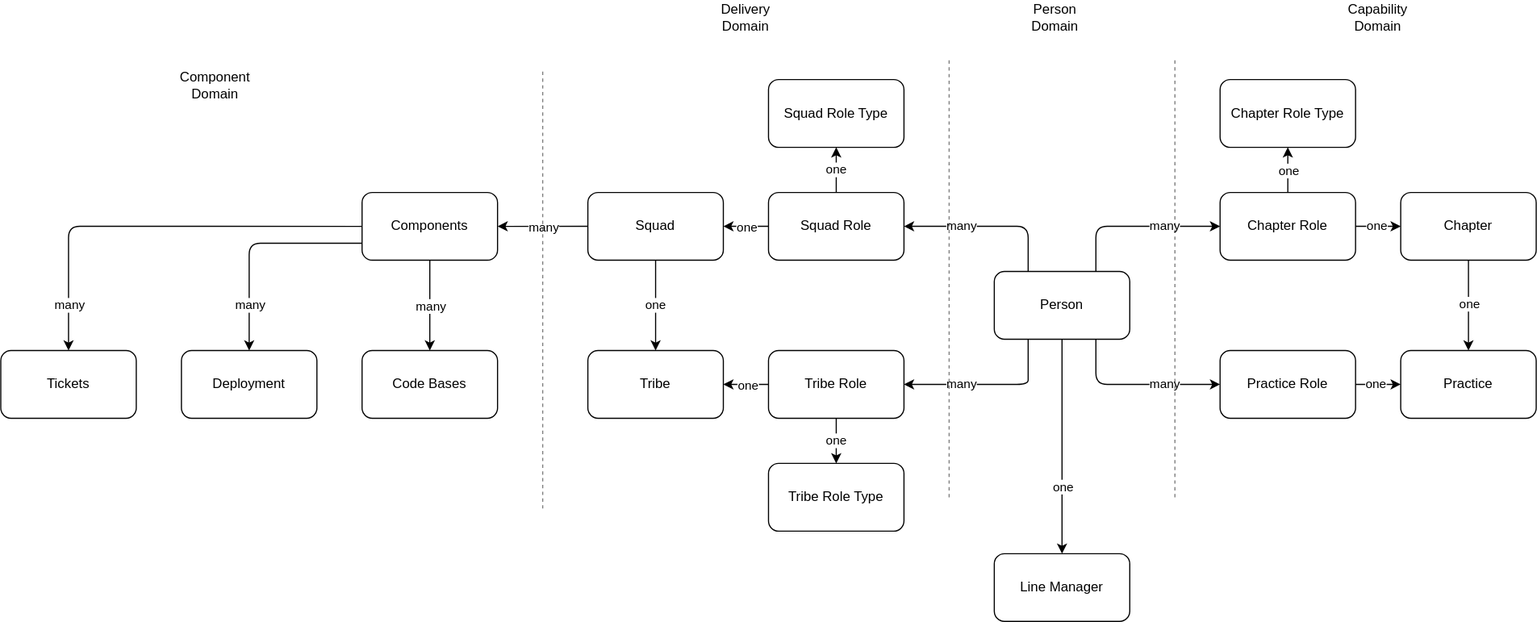
Above: docs/data.drawio.svg in jdotw/swamp (draw.io), before the change. Source tidied: cells renumbered, new cells last; positions are measured from the earlier drawing's top-left corner, leaving out a move shared by most shapes.
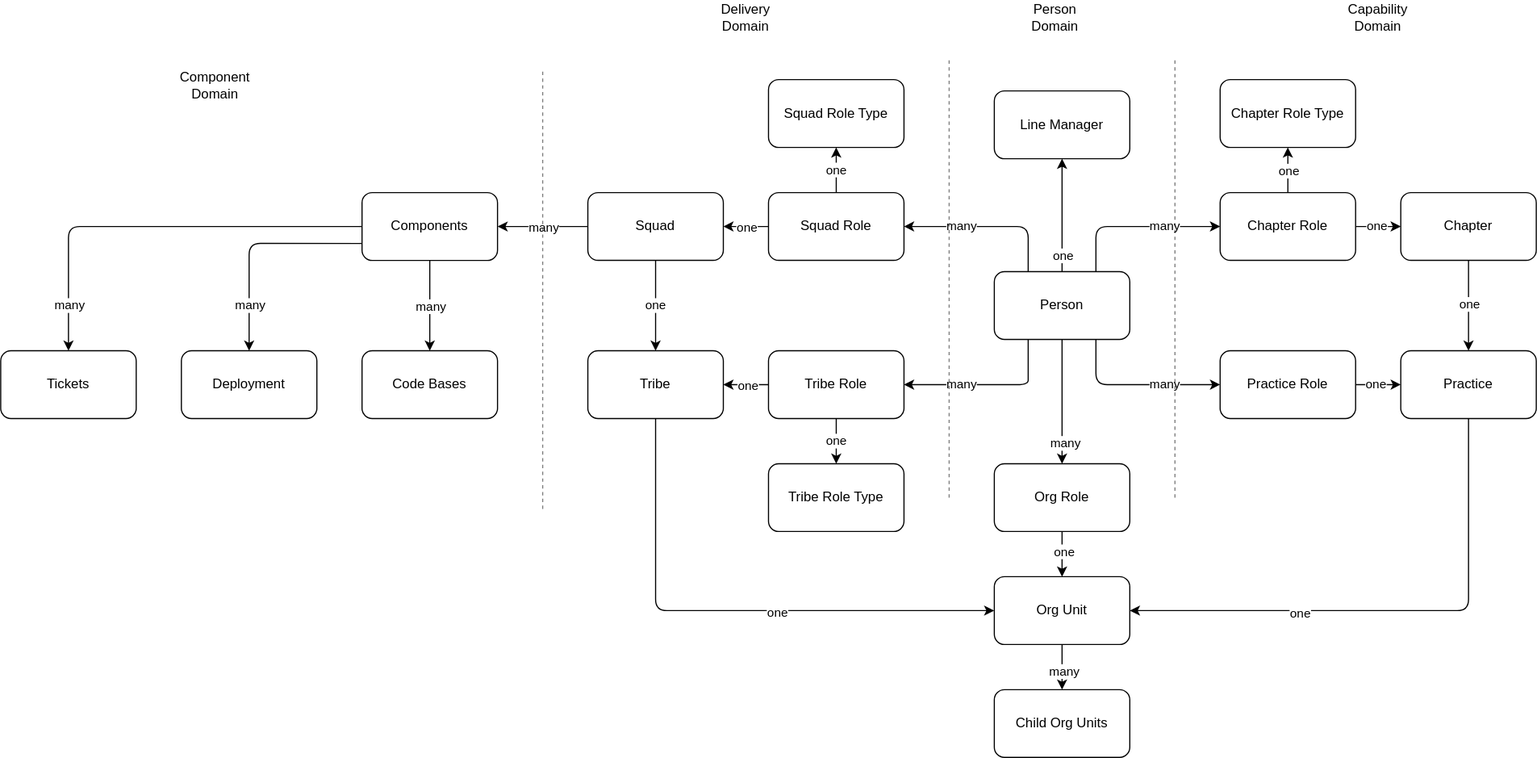
After the commit.

Commit message:
Added Org Units to diagram

Diff of the diagram source:
```diff
@@ -27,6 +27,12 @@
         <mxPoint x="28" y="2" as="offset" />
       </mxGeometry>
     </mxCell>
+    <mxCell id="59" style="edgeStyle=none;html=1;exitX=0.5;exitY=1;exitDx=0;exitDy=0;" parent="1" edge="1" source="6" target="67">
+      <mxGeometry relative="1" as="geometry" />
+    </mxCell>
+    <mxCell id="60" value="many" style="edgeLabel;html=1;align=center;verticalAlign=middle;" parent="59" vertex="1">
+      <mxGeometry x="0.65" y="2" relative="1" as="geometry" />
+    </mxCell>
     <mxCell id="6" value="Person" style="rounded=1;whiteSpace=wrap;html=1;" parent="1" vertex="1">
       <mxGeometry x="880" y="240" width="120" height="60" as="geometry" />
     </mxCell>
@@ -45,6 +51,16 @@
     <mxCell id="11" value="Chapter" style="rounded=1;whiteSpace=wrap;html=1;" parent="1" vertex="1">
       <mxGeometry x="1240" y="170" width="120" height="60" as="geometry" />
     </mxCell>
+    <mxCell id="61" style="edgeStyle=none;html=1;exitX=0.5;exitY=1;exitDx=0;exitDy=0;entryX=1;entryY=0.5;entryDx=0;entryDy=0;" parent="1" edge="1" source="12" target="70">
+      <mxGeometry relative="1" as="geometry">
+        <Array as="points">
+          <mxPoint x="1300" y="540" />
+        </Array>
+      </mxGeometry>
+    </mxCell>
+    <mxCell id="62" value="one" style="edgeLabel;html=1;align=center;verticalAlign=middle;" parent="61" vertex="1">
+      <mxGeometry x="0.36" y="2" relative="1" as="geometry" />
+    </mxCell>
     <mxCell id="12" value="Practice" style="rounded=1;whiteSpace=wrap;html=1;" parent="1" vertex="1">
       <mxGeometry x="1240" y="310" width="120" height="60" as="geometry" />
     </mxCell>
@@ -79,7 +95,7 @@
       <mxGeometry x="320" y="310" width="120" height="60" as="geometry" />
     </mxCell>
     <mxCell id="19" value="Line Manager" style="rounded=1;whiteSpace=wrap;html=1;" parent="1" vertex="1">
-      <mxGeometry x="880" y="490" width="120" height="60" as="geometry" />
+      <mxGeometry x="880" y="80" width="120" height="60" as="geometry" />
     </mxCell>
     <mxCell id="20" value="one" style="edgeStyle=none;html=1;exitX=0.5;exitY=0;exitDx=0;exitDy=0;entryX=0.5;entryY=1;entryDx=0;entryDy=0;" parent="1" edge="1" source="21" target="39">
       <mxGeometry relative="1" as="geometry" />
@@ -98,8 +114,10 @@
     <mxCell id="24" value="Chapter Role" style="rounded=1;whiteSpace=wrap;html=1;" parent="1" vertex="1">
       <mxGeometry x="1080" y="170" width="120" height="60" as="geometry" />
     </mxCell>
-    <mxCell id="25" style="endArrow=classic;html=1;exitX=0.5;exitY=1;exitDx=0;exitDy=0;entryX=0.5;entryY=0;entryDx=0;entryDy=0;" parent="1" edge="1" source="6" target="19">
-      <mxGeometry relative="1" as="geometry" />
+    <mxCell id="25" style="endArrow=classic;html=1;exitX=0.5;exitY=0;exitDx=0;exitDy=0;" parent="1" edge="1" source="6">
+      <mxGeometry relative="1" as="geometry">
+        <mxPoint x="940" y="140" as="targetPoint" />
+      </mxGeometry>
     </mxCell>
     <mxCell id="26" value="one" style="edgeLabel;html=1;align=center;verticalAlign=middle;" parent="25" vertex="1">
       <mxGeometry relative="1" as="geometry">
@@ -162,6 +180,16 @@
     <mxCell id="40" value="Chapter Role Type" style="rounded=1;whiteSpace=wrap;html=1;" parent="1" vertex="1">
       <mxGeometry x="1080" y="70" width="120" height="60" as="geometry" />
     </mxCell>
+    <mxCell id="63" style="edgeStyle=none;html=1;exitX=0.5;exitY=1;exitDx=0;exitDy=0;entryX=0;entryY=0.5;entryDx=0;entryDy=0;" parent="1" edge="1" source="41" target="70">
+      <mxGeometry relative="1" as="geometry">
+        <Array as="points">
+          <mxPoint x="580" y="540" />
+        </Array>
+      </mxGeometry>
+    </mxCell>
+    <mxCell id="64" value="one" style="edgeLabel;html=1;align=center;verticalAlign=middle;" parent="63" vertex="1">
+      <mxGeometry x="0.18" y="-1" relative="1" as="geometry" />
+    </mxCell>
     <mxCell id="41" value="Tribe" style="rounded=1;whiteSpace=wrap;html=1;" parent="1" vertex="1">
       <mxGeometry x="520" y="310" width="120" height="60" as="geometry" />
     </mxCell>
@@ -227,5 +255,26 @@
     <mxCell id="58" value="Tribe Role Type" style="rounded=1;whiteSpace=wrap;html=1;" parent="1" vertex="1">
       <mxGeometry x="680" y="410" width="120" height="60" as="geometry" />
     </mxCell>
+    <mxCell id="65" style="edgeStyle=none;html=1;exitX=0.5;exitY=1;exitDx=0;exitDy=0;entryX=0.5;entryY=0;entryDx=0;entryDy=0;" parent="1" edge="1" source="67" target="70">
+      <mxGeometry relative="1" as="geometry" />
+    </mxCell>
+    <mxCell id="66" value="one" style="edgeLabel;html=1;align=center;verticalAlign=middle;" parent="65" vertex="1">
+      <mxGeometry x="-0.17" y="1" relative="1" as="geometry" />
+    </mxCell>
+    <mxCell id="67" value="Org Role" style="rounded=1;whiteSpace=wrap;html=1;" parent="1" vertex="1">
+      <mxGeometry x="880" y="410" width="120" height="60" as="geometry" />
+    </mxCell>
+    <mxCell id="68" style="edgeStyle=none;html=1;exitX=0.5;exitY=1;exitDx=0;exitDy=0;entryX=0.5;entryY=0;entryDx=0;entryDy=0;" parent="1" edge="1" source="70" target="71">
+      <mxGeometry relative="1" as="geometry" />
+    </mxCell>
+    <mxCell id="69" value="many" style="edgeLabel;html=1;align=center;verticalAlign=middle;" parent="68" vertex="1">
+      <mxGeometry x="0.13" y="1" relative="1" as="geometry" />
+    </mxCell>
+    <mxCell id="70" value="Org Unit" style="rounded=1;whiteSpace=wrap;html=1;" parent="1" vertex="1">
+      <mxGeometry x="880" y="510" width="120" height="60" as="geometry" />
+    </mxCell>
+    <mxCell id="71" value="Child Org Units" style="rounded=1;whiteSpace=wrap;html=1;" parent="1" vertex="1">
+      <mxGeometry x="880" y="610" width="120" height="60" as="geometry" />
+    </mxCell>
   </root>
 </mxGraphModel>
```
